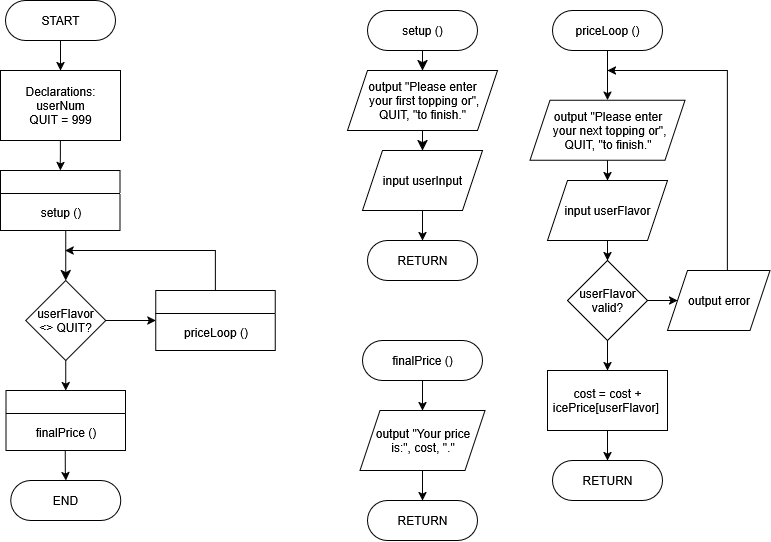
Earlier version of the draw.io export Module 7 - Effective Decision Loops - Connor Bowles.drawio.png (CBowles10/SDEV_120_FALL2025_CBOWLES). Source tidied: cells renumbered, new cells last; positions are measured from the earlier drawing's top-left corner, leaving out a move shared by most shapes.
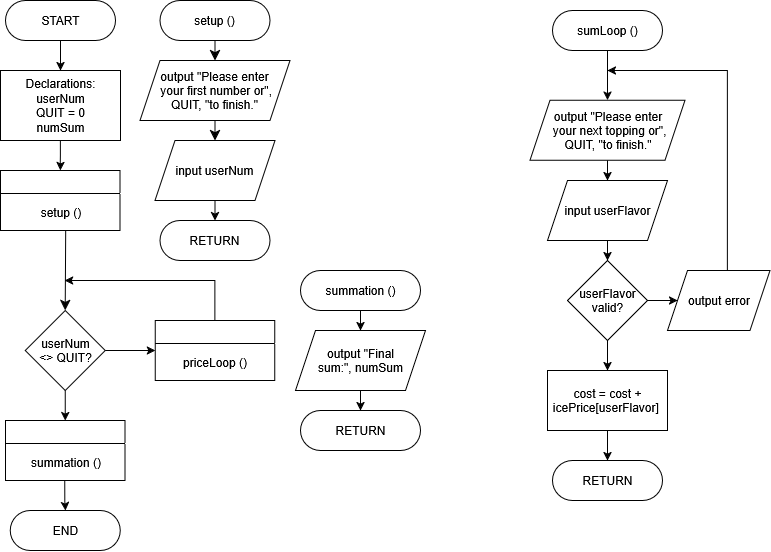
The same file after the commit.

What changed in the source:
```diff
@@ -11,19 +11,19 @@
     <mxCell id="4" style="edgeStyle=orthogonalEdgeStyle;rounded=0;jettySize=auto;html=1;entryX=0.5;entryY=0;entryDx=0;entryDy=0;" parent="1" edge="1" source="5" target="10">
       <mxGeometry relative="1" as="geometry" />
     </mxCell>
-    <mxCell id="5" value="Declarations:&lt;div&gt;userNum&lt;br&gt;QUIT = 999&lt;/div&gt;" style="rounded=0;whiteSpace=wrap;html=1;" parent="1" vertex="1">
+    <mxCell id="5" value="Declarations:&lt;div&gt;userNum&lt;br&gt;QUIT = 0&lt;br&gt;numSum&lt;/div&gt;" style="rounded=0;whiteSpace=wrap;html=1;" parent="1" vertex="1">
       <mxGeometry y="70" width="120" height="70" as="geometry" />
     </mxCell>
     <mxCell id="6" style="edgeStyle=orthogonalEdgeStyle;rounded=0;jettySize=auto;html=1;exitX=0.5;exitY=0;exitDx=0;exitDy=0;" parent="1" edge="1" source="7">
       <mxGeometry relative="1" as="geometry">
-        <mxPoint x="64.8" y="250" as="targetPoint" />
+        <mxPoint x="64.2" y="280" as="targetPoint" />
         <Array as="points">
-          <mxPoint x="214.8" y="250" />
+          <mxPoint x="214.2" y="280" />
         </Array>
       </mxGeometry>
     </mxCell>
     <mxCell id="7" style="swimlane;whiteSpace=wrap;html=1;" parent="1" vertex="1">
-      <mxGeometry x="155.2" y="290" width="119.5" height="60" as="geometry" />
+      <mxGeometry x="154.8" y="320" width="119.5" height="60" as="geometry" />
     </mxCell>
     <mxCell id="8" value="&lt;font style=&quot;font-size: 12px;&quot;&gt;priceLoop ()&lt;/font&gt;" style="text;html=1;align=center;verticalAlign=middle;strokeColor=none;fillColor=none;fontSize=16;" parent="7" vertex="1">
       <mxGeometry x="14.8" y="25" width="90" height="30" as="geometry" />
@@ -40,7 +40,7 @@
       <mxGeometry x="29.8" y="25" width="60" height="30" as="geometry" />
     </mxCell>
     <mxCell id="12" value="END" style="rounded=1;whiteSpace=wrap;html=1;arcSize=50;" parent="1" vertex="1">
-      <mxGeometry x="10.2" y="480" width="110" height="40" as="geometry" />
+      <mxGeometry x="9.8" y="510" width="110" height="40" as="geometry" />
     </mxCell>
     <mxCell id="13" style="edgeStyle=orthogonalEdgeStyle;rounded=0;jettySize=auto;html=1;exitX=1;exitY=0.5;exitDx=0;exitDy=0;entryX=0;entryY=0.5;entryDx=0;entryDy=0;" parent="1" edge="1" source="15" target="7">
       <mxGeometry relative="1" as="geometry" />
@@ -48,34 +48,34 @@
     <mxCell id="14" style="edgeStyle=orthogonalEdgeStyle;rounded=0;jettySize=auto;html=1;exitX=0.5;exitY=1;exitDx=0;exitDy=0;entryX=0.5;entryY=0;entryDx=0;entryDy=0;" parent="1" edge="1" source="15" target="38">
       <mxGeometry relative="1" as="geometry" />
     </mxCell>
-    <mxCell id="15" value="userFlavor&lt;br&gt;&amp;lt;&amp;gt; QUIT?" style="rhombus;whiteSpace=wrap;html=1;" parent="1" vertex="1">
-      <mxGeometry x="25.2" y="280" width="80" height="80" as="geometry" />
+    <mxCell id="15" value="userNum&lt;br&gt;&amp;lt;&amp;gt; QUIT?" style="rhombus;whiteSpace=wrap;html=1;" parent="1" vertex="1">
+      <mxGeometry x="24.8" y="310" width="80" height="80" as="geometry" />
     </mxCell>
     <mxCell id="16" style="edgeStyle=none;curved=1;rounded=0;jettySize=auto;html=1;exitX=0.5;exitY=1;exitDx=0;exitDy=0;entryX=0.5;entryY=0;entryDx=0;entryDy=0;fontSize=12;startSize=8;endSize=8;" parent="1" edge="1" source="17" target="19">
       <mxGeometry relative="1" as="geometry" />
     </mxCell>
     <mxCell id="17" value="setup ()" style="rounded=1;whiteSpace=wrap;html=1;arcSize=50;" parent="1" vertex="1">
-      <mxGeometry x="367" y="10" width="110" height="40" as="geometry" />
+      <mxGeometry x="159.5" width="110" height="40" as="geometry" />
     </mxCell>
     <mxCell id="18" style="edgeStyle=none;curved=1;rounded=0;jettySize=auto;html=1;exitX=0.5;exitY=1;exitDx=0;exitDy=0;entryX=0.5;entryY=0;entryDx=0;entryDy=0;fontSize=12;startSize=8;endSize=8;" parent="1" edge="1" source="19" target="21">
       <mxGeometry relative="1" as="geometry" />
     </mxCell>
-    <mxCell id="19" value="output &quot;Please enter&lt;br&gt;&amp;nbsp;your first topping or&quot;,&lt;br&gt;QUIT, &quot;to finish.&quot;" style="shape=parallelogram;perimeter=parallelogramPerimeter;whiteSpace=wrap;html=1;fixedSize=1;" parent="1" vertex="1">
-      <mxGeometry x="347" y="70" width="150" height="60" as="geometry" />
+    <mxCell id="19" value="output &quot;Please enter&lt;br&gt;&amp;nbsp;your first number or&quot;,&lt;br&gt;QUIT, &quot;to finish.&quot;" style="shape=parallelogram;perimeter=parallelogramPerimeter;whiteSpace=wrap;html=1;fixedSize=1;" parent="1" vertex="1">
+      <mxGeometry x="139.5" y="60" width="150" height="60" as="geometry" />
     </mxCell>
     <mxCell id="20" style="edgeStyle=orthogonalEdgeStyle;rounded=0;jettySize=auto;html=1;exitX=0.5;exitY=1;exitDx=0;exitDy=0;entryX=0.5;entryY=0;entryDx=0;entryDy=0;" parent="1" edge="1" source="21" target="22">
       <mxGeometry relative="1" as="geometry" />
     </mxCell>
-    <mxCell id="21" value="input userInput" style="shape=parallelogram;perimeter=parallelogramPerimeter;whiteSpace=wrap;html=1;fixedSize=1;" parent="1" vertex="1">
-      <mxGeometry x="362" y="150" width="120" height="60" as="geometry" />
+    <mxCell id="21" value="input userNum" style="shape=parallelogram;perimeter=parallelogramPerimeter;whiteSpace=wrap;html=1;fixedSize=1;" parent="1" vertex="1">
+      <mxGeometry x="154.5" y="140" width="120" height="60" as="geometry" />
     </mxCell>
     <mxCell id="22" value="RETURN" style="rounded=1;whiteSpace=wrap;html=1;arcSize=50;" parent="1" vertex="1">
-      <mxGeometry x="367" y="240" width="110" height="40" as="geometry" />
+      <mxGeometry x="159.5" y="220" width="110" height="40" as="geometry" />
     </mxCell>
     <mxCell id="23" style="edgeStyle=orthogonalEdgeStyle;rounded=0;jettySize=auto;html=1;" parent="1" edge="1" source="24" target="26">
       <mxGeometry relative="1" as="geometry" />
     </mxCell>
-    <mxCell id="24" value="priceLoop ()" style="rounded=1;whiteSpace=wrap;html=1;arcSize=50;" parent="1" vertex="1">
+    <mxCell id="24" value="sumLoop ()" style="rounded=1;whiteSpace=wrap;html=1;arcSize=50;" parent="1" vertex="1">
       <mxGeometry x="552" y="10" width="110" height="40" as="geometry" />
     </mxCell>
     <mxCell id="25" style="edgeStyle=orthogonalEdgeStyle;rounded=0;jettySize=auto;html=1;exitX=0.5;exitY=1;exitDx=0;exitDy=0;entryX=0.5;entryY=0;entryDx=0;entryDy=0;" parent="1" edge="1" source="26" target="28">
@@ -126,30 +126,30 @@
       <mxGeometry x="547" y="370" width="120" height="60" as="geometry" />
     </mxCell>
     <mxCell id="38" style="swimlane;whiteSpace=wrap;html=1;" parent="1" vertex="1">
-      <mxGeometry x="5.5" y="390" width="119.5" height="60" as="geometry" />
+      <mxGeometry x="5" y="420" width="119.5" height="60" as="geometry" />
     </mxCell>
-    <mxCell id="39" value="&lt;font style=&quot;font-size: 12px;&quot;&gt;finalPrice ()&lt;/font&gt;" style="text;html=1;align=center;verticalAlign=middle;strokeColor=none;fillColor=none;fontSize=16;" parent="38" vertex="1">
-      <mxGeometry x="19.8" y="25" width="80" height="30" as="geometry" />
+    <mxCell id="39" value="&lt;font style=&quot;font-size: 12px;&quot;&gt;summation ()&lt;/font&gt;" style="text;html=1;align=center;verticalAlign=middle;strokeColor=none;fillColor=none;fontSize=16;" parent="38" vertex="1">
+      <mxGeometry x="14.8" y="25" width="90" height="30" as="geometry" />
     </mxCell>
     <mxCell id="40" style="edgeStyle=orthogonalEdgeStyle;rounded=0;jettySize=auto;html=1;" parent="1" edge="1" target="12">
       <mxGeometry relative="1" as="geometry">
-        <mxPoint x="64.8" y="450" as="sourcePoint" />
+        <mxPoint x="64.2" y="480" as="sourcePoint" />
       </mxGeometry>
     </mxCell>
-    <mxCell id="41" style="edgeStyle=orthogonalEdgeStyle;rounded=0;jettySize=auto;html=1;exitX=0.5;exitY=1;exitDx=0;exitDy=0;entryX=0.5;entryY=0;entryDx=0;entryDy=0;" parent="1" edge="1" source="42" target="44">
+    <mxCell id="41" style="edgeStyle=orthogonalEdgeStyle;rounded=0;jettySize=auto;html=1;" parent="1" edge="1" source="42" target="44">
       <mxGeometry relative="1" as="geometry" />
     </mxCell>
-    <mxCell id="42" value="finalPrice ()" style="rounded=1;whiteSpace=wrap;html=1;arcSize=50;" parent="1" vertex="1">
-      <mxGeometry x="362" y="340" width="120" height="40" as="geometry" />
+    <mxCell id="42" value="summation ()" style="rounded=1;whiteSpace=wrap;html=1;arcSize=50;" parent="1" vertex="1">
+      <mxGeometry x="300" y="270" width="120" height="40" as="geometry" />
     </mxCell>
     <mxCell id="43" style="edgeStyle=orthogonalEdgeStyle;rounded=0;jettySize=auto;html=1;" parent="1" edge="1" source="44" target="45">
       <mxGeometry relative="1" as="geometry" />
     </mxCell>
-    <mxCell id="44" value="output &quot;Your price&lt;br&gt;is:&quot;, cost, &quot;.&quot;" style="shape=parallelogram;perimeter=parallelogramPerimeter;whiteSpace=wrap;html=1;fixedSize=1;" parent="1" vertex="1">
-      <mxGeometry x="359.5" y="410" width="125" height="60" as="geometry" />
+    <mxCell id="44" value="output &quot;Final&lt;br&gt;sum:&quot;, numSum" style="shape=parallelogram;perimeter=parallelogramPerimeter;whiteSpace=wrap;html=1;fixedSize=1;" parent="1" vertex="1">
+      <mxGeometry x="295" y="330" width="130" height="60" as="geometry" />
     </mxCell>
     <mxCell id="45" value="RETURN" style="rounded=1;whiteSpace=wrap;html=1;arcSize=50;" parent="1" vertex="1">
-      <mxGeometry x="367" y="500" width="110" height="40" as="geometry" />
+      <mxGeometry x="300" y="410" width="120" height="40" as="geometry" />
     </mxCell>
   </root>
 </mxGraphModel>
```
